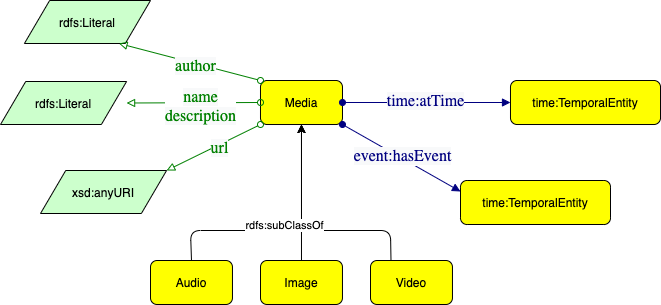
Above: src/Media.png in luigi-asprino/MON (draw.io), before the change. Source tidied: cells renumbered, new cells last; positions are measured from the earlier drawing's top-left corner, leaving out a move shared by most shapes.
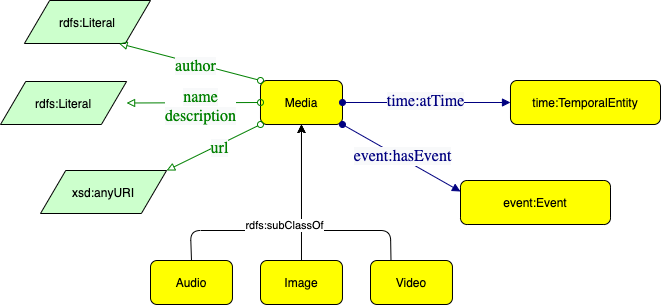
After the commit.

Diff of the diagram source:
```diff
@@ -14,7 +14,7 @@
     <mxCell id="5" value="&lt;span style=&quot;color: rgb(0 , 0 , 128) ; font-family: &amp;#34;dialog&amp;#34; ; font-size: 16px ; background-color: rgb(248 , 249 , 250)&quot;&gt;time:atTime&lt;/span&gt;" style="text;html=1;align=center;verticalAlign=middle;labelBackgroundColor=#ffffff;" parent="4" vertex="1">
       <mxGeometry x="-0.02" y="2" relative="1" as="geometry" />
     </mxCell>
-    <mxCell id="6" value="time:TemporalEntity" style="graphMlID=n4;shape=rect;rounded=1;arcsize=30;fillColor=#ffff00;strokeColor=#000000;strokeWidth=1.0;" parent="1" vertex="1">
+    <mxCell id="6" value="event:Event" style="graphMlID=n4;shape=rect;rounded=1;arcsize=30;fillColor=#ffff00;strokeColor=#000000;strokeWidth=1.0;" parent="1" vertex="1">
       <mxGeometry x="460" y="180" width="150" height="44" as="geometry" />
     </mxCell>
     <mxCell id="7" style="graphMlID=e0;rounded=0;endArrow=block;strokeColor=#000080;strokeWidth=1.0;startArrow=oval;startFill=1;endFill=1;exitX=1;exitY=1;exitDx=0;exitDy=0;entryX=0;entryY=0.25;entryDx=0;entryDy=0;" parent="1" edge="1" source="2" target="6">
```
